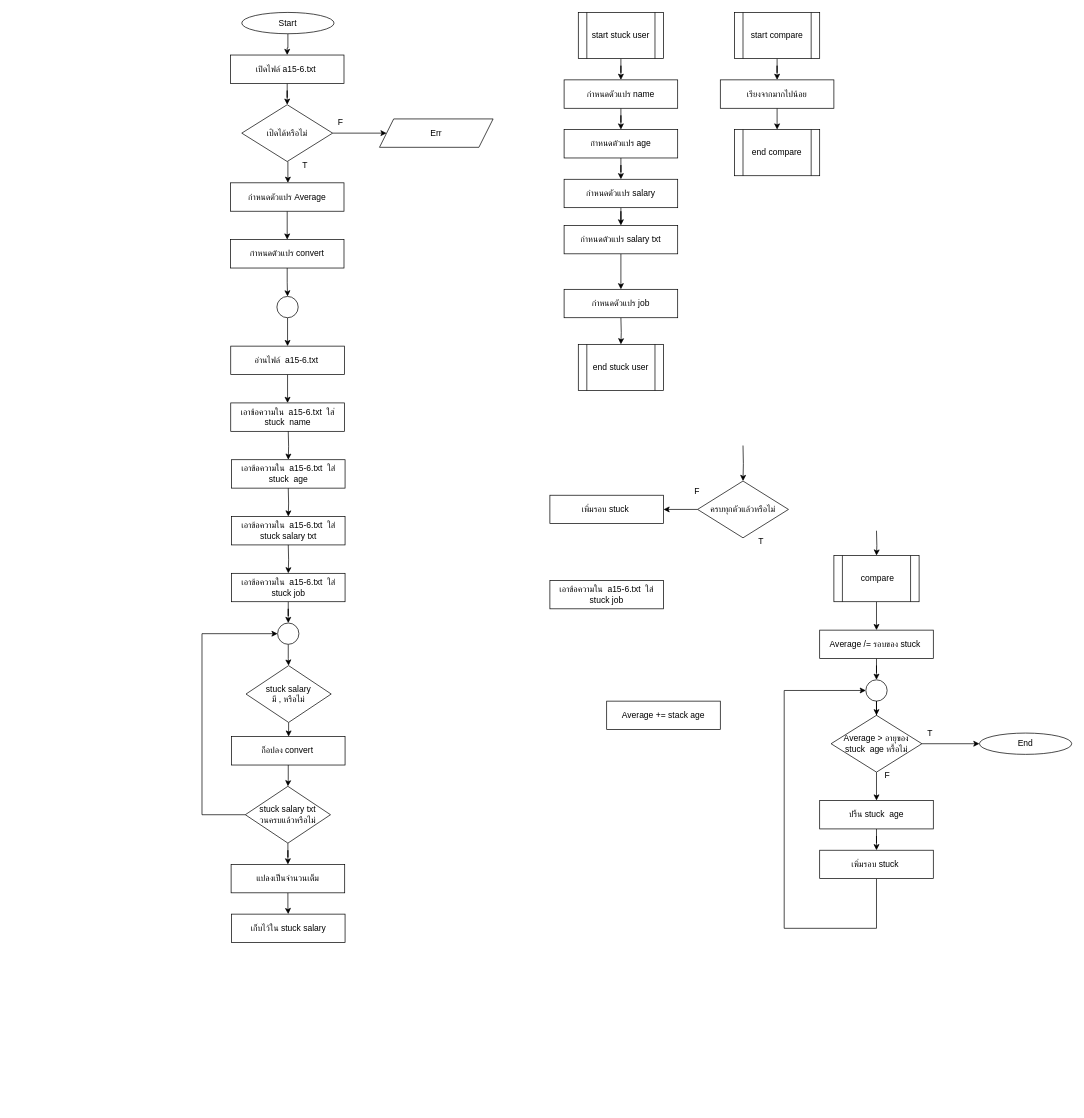
Before: HW/HW15/hw15-6/hw15-6.drawio in aphiwat-window/ENGCE117, a draw.io diagram. Source tidied: cells renumbered, new cells numbered last; positions are measured from the earlier drawing's top-left corner, leaving out a move shared by most shapes. Both pictures are drawn from the tidied source at 71%, with x=0, y=0 at pixel (202, 12).
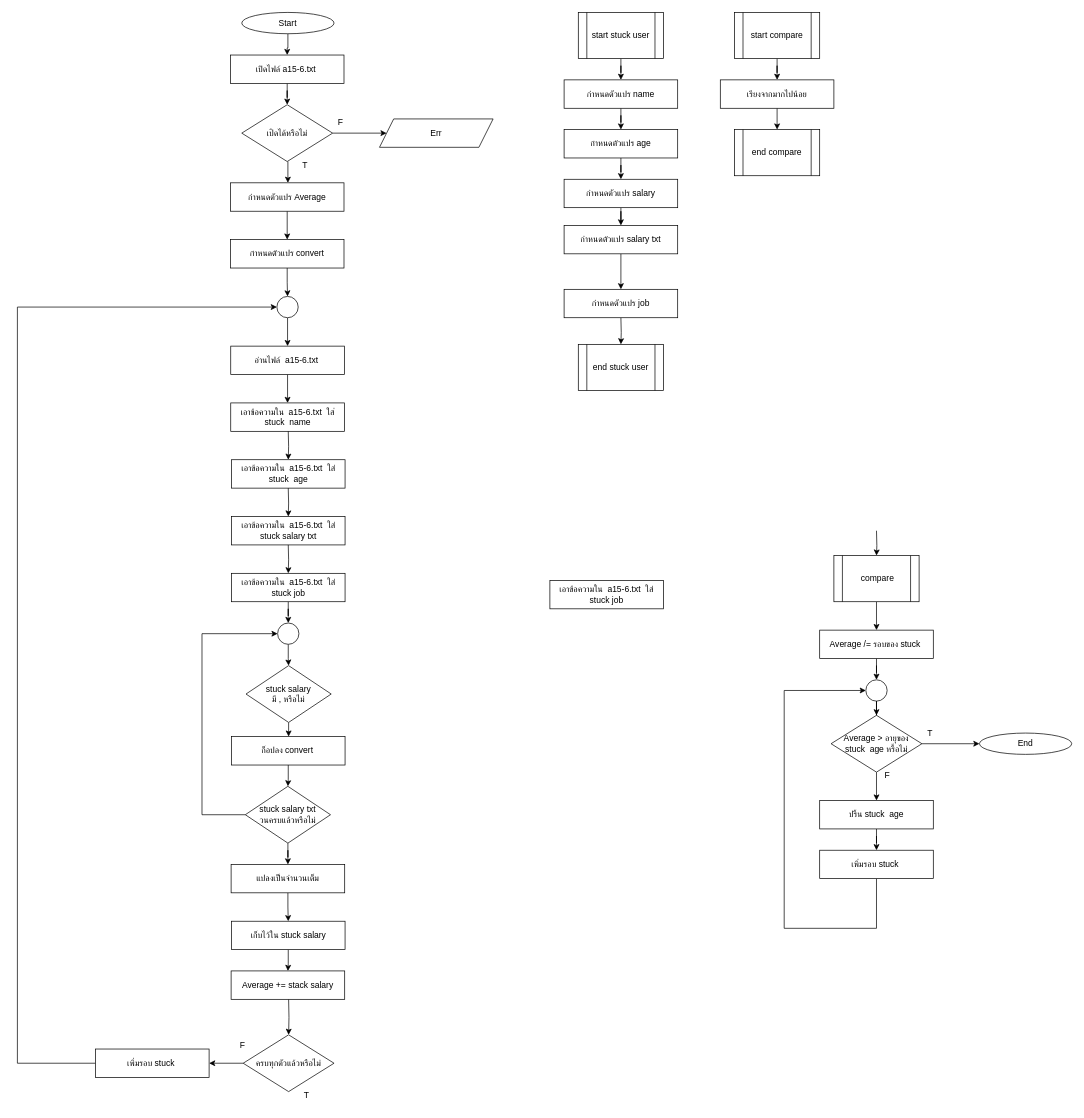
The same diagram, later.

Unchanged cells that the change refers to:
```xml
<mxCell id="16" style="ellipse;whiteSpace=wrap;html=1;" parent="1" vertex="1">
  <mxGeometry x="105.5" y="400" width="30" height="30" as="geometry" />
</mxCell>
```

What changed in the source:
```diff
@@
     <mxCell id="27" value="ครบทุกตัวแล้วหรือไม่" style="rhombus;whiteSpace=wrap;html=1;" parent="1" vertex="1">
-      <mxGeometry x="698" y="660" width="128" height="80" as="geometry" />
+      <mxGeometry x="58" y="1440" width="128" height="80" as="geometry" />
     </mxCell>
@@
     <mxCell id="46" style="edgeStyle=orthogonalEdgeStyle;rounded=0;jettySize=auto;html=1;" parent="1" edge="1" target="27">
       <mxGeometry relative="1" as="geometry">
-        <mxPoint x="762" y="610" as="sourcePoint" />
+        <mxPoint x="122" y="1390" as="sourcePoint" />
       </mxGeometry>
     </mxCell>
-    <mxCell id="47" value="Average += stack age" style="rounded=0;whiteSpace=wrap;html=1;" parent="1" vertex="1">
-      <mxGeometry x="570" y="970" width="160" height="40" as="geometry" />
+    <mxCell id="47" value="Average += stack salary" style="rounded=0;whiteSpace=wrap;html=1;" parent="1" vertex="1">
+      <mxGeometry x="41" y="1350" width="160" height="40" as="geometry" />
     </mxCell>
+    <mxCell id="84" style="edgeStyle=orthogonalEdgeStyle;rounded=0;jettySize=auto;html=1;entryX=0;entryY=0.5;entryDx=0;entryDy=0;" parent="1" edge="1" source="48" target="16">
+      <mxGeometry relative="1" as="geometry">
+        <Array as="points">
+          <mxPoint x="-260" y="1480" />
+          <mxPoint x="-260" y="415" />
+        </Array>
+      </mxGeometry>
+    </mxCell>
     <mxCell id="48" value="เพิ่มรอบ stuck&amp;nbsp;" style="rounded=0;whiteSpace=wrap;html=1;" parent="1" vertex="1">
-      <mxGeometry x="490" y="680" width="160" height="40" as="geometry" />
+      <mxGeometry x="-150" y="1460" width="160" height="40" as="geometry" />
     </mxCell>
@@
     <mxCell id="63" value="T" style="text;html=1;align=center;verticalAlign=middle;strokeColor=none;fillColor=none;" parent="1" vertex="1">
-      <mxGeometry x="772" y="730" width="30" height="30" as="geometry" />
+      <mxGeometry x="132" y="1510" width="30" height="30" as="geometry" />
     </mxCell>
     <mxCell id="64" value="F" style="text;html=1;align=center;verticalAlign=middle;strokeColor=none;fillColor=none;" parent="1" vertex="1">
-      <mxGeometry x="682" y="660" width="30" height="30" as="geometry" />
+      <mxGeometry x="42" y="1440" width="30" height="30" as="geometry" />
     </mxCell>
@@
+    <mxCell id="85" style="edgeStyle=orthogonalEdgeStyle;rounded=0;jettySize=auto;html=1;" parent="1" edge="1" source="83" target="47">
+      <mxGeometry relative="1" as="geometry" />
+    </mxCell>
     <mxCell id="83" value="เก็บไว้ใน stuck salary" style="rounded=0;whiteSpace=wrap;html=1;" parent="1" vertex="1">
-      <mxGeometry x="41.5" y="1270" width="160" height="40" as="geometry" />
+      <mxGeometry x="41.5" y="1280" width="160" height="40" as="geometry" />
     </mxCell>
```
